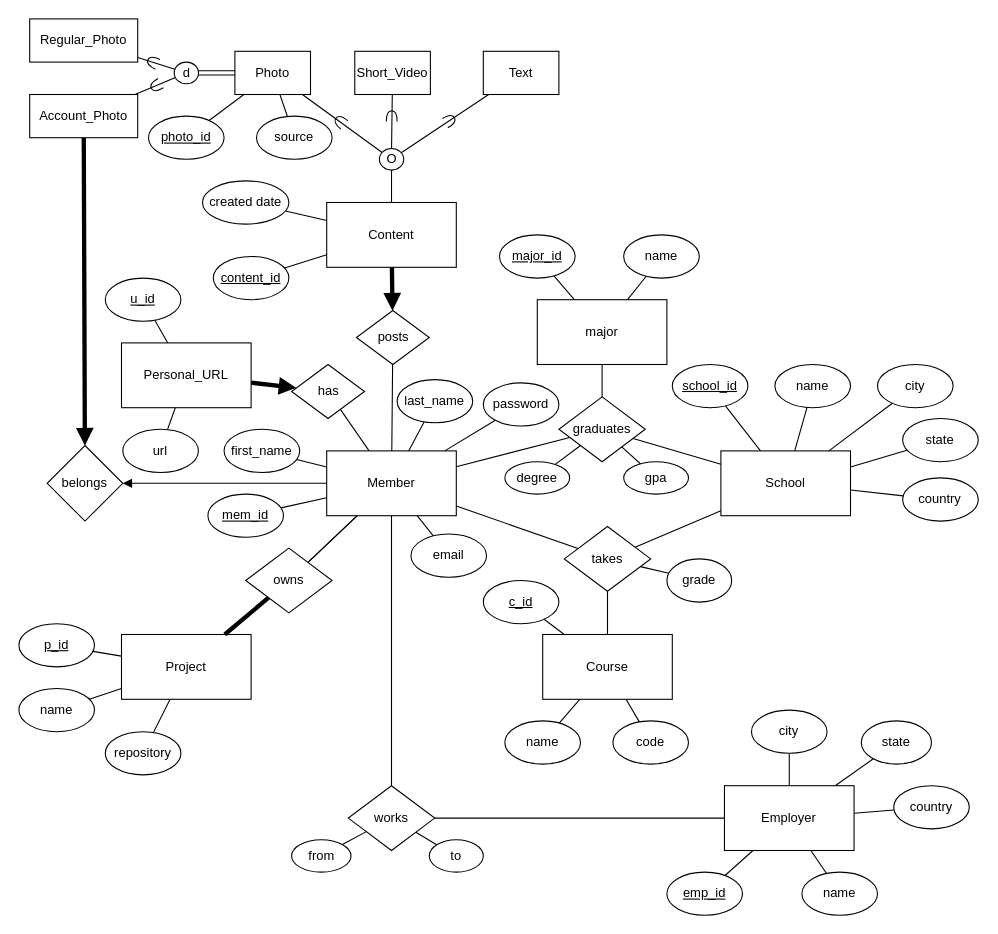
This is src/Documents/EER Diagram.drawio from Pikalot/our-page, a draw.io file, before an edit. Source tidied: cells renumbered, new cells numbered last; positions are measured from the earlier drawing's top-left corner, leaving out a move shared by most shapes. Both pictures are drawn from the tidied source at 108%, with x=0, y=0 at pixel (18, 18).
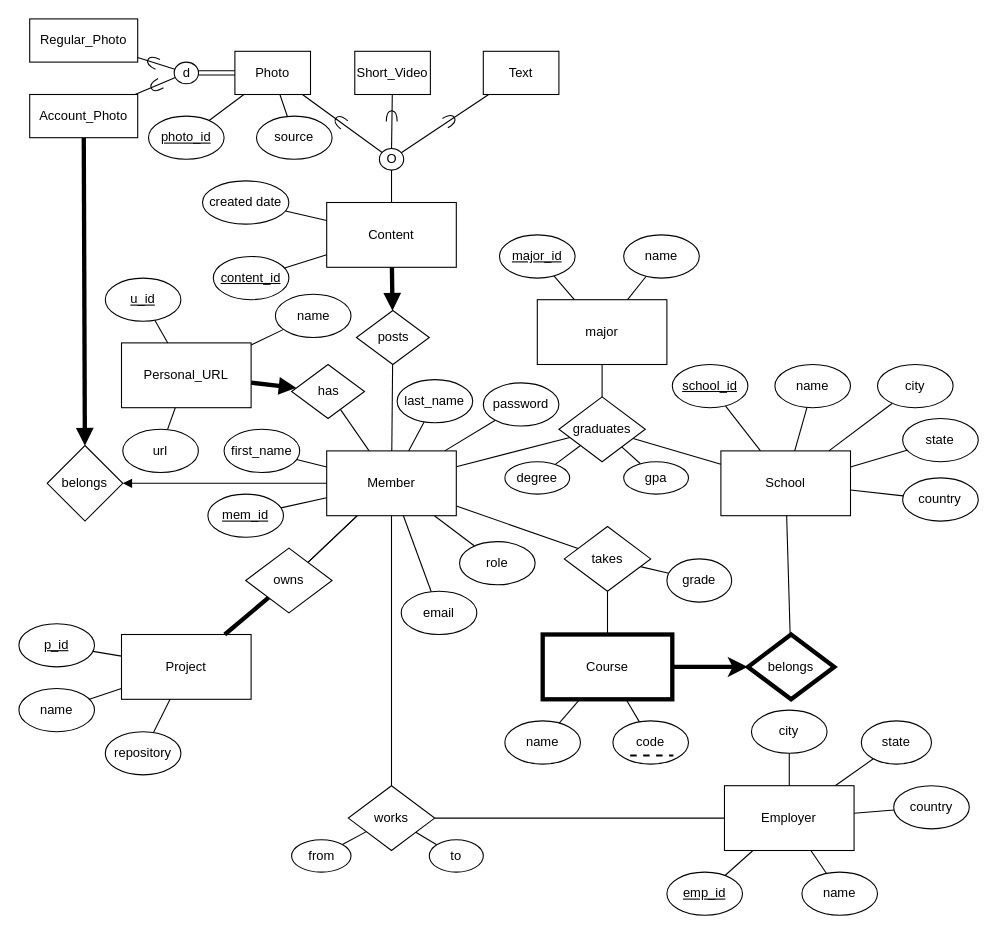
Above is the later version.

Commit message (it also covers changes not shown here):
populate database and refine schemas

Unchanged cells that the change refers to:
```xml
<mxCell id="9" value="Member" style="rounded=0;whiteSpace=wrap;html=1;" parent="1" vertex="1">
  <mxGeometry x="285" y="400" width="120" height="60" as="geometry" />
</mxCell>
<mxCell id="17" value="School" style="rounded=0;whiteSpace=wrap;html=1;" parent="1" vertex="1">
  <mxGeometry x="650" y="400" width="120" height="60" as="geometry" />
</mxCell>
<mxCell id="34" value="takes" style="rhombus;whiteSpace=wrap;html=1;" parent="1" vertex="1">
  <mxGeometry x="505" y="470" width="80" height="60" as="geometry" />
</mxCell>
<mxCell id="49" value="Personal_URL" style="rounded=0;whiteSpace=wrap;html=1;" parent="1" vertex="1">
  <mxGeometry x="95" y="300" width="120" height="60" as="geometry" />
</mxCell>
```

The edit, as a diff of the source:
```diff
@@
-<mxGraphModel background="#ffffff">
+<mxGraphModel>
@@
+    <mxCell id="121" style="edgeStyle=none;html=1;strokeWidth=1;endArrow=none;endFill=0;" parent="1" edge="1" source="9" target="125">
+      <mxGeometry relative="1" as="geometry" />
+    </mxCell>
@@
-    <mxCell id="16" style="edgeStyle=none;html=1;endArrow=none;endFill=0;" parent="1" edge="1" source="17" target="34">
+    <mxCell id="16" style="edgeStyle=none;html=1;endArrow=none;endFill=0;" parent="1" edge="1" source="17" target="123">
       <mxGeometry relative="1" as="geometry" />
     </mxCell>
@@
-    <mxCell id="25" style="edgeStyle=none;html=1;endArrow=none;endFill=0;" parent="1" edge="1" source="27" target="28">
-      <mxGeometry relative="1" as="geometry" />
-    </mxCell>
@@
+    <mxCell id="122" style="edgeStyle=none;html=1;strokeWidth=4;" parent="1" edge="1" source="27" target="123">
+      <mxGeometry relative="1" as="geometry" />
+    </mxCell>
-    <mxCell id="27" value="Course" style="rounded=0;whiteSpace=wrap;html=1;" parent="1" vertex="1">
+    <mxCell id="27" value="Course" style="rounded=0;whiteSpace=wrap;html=1;strokeWidth=4;" parent="1" vertex="1">
       <mxGeometry x="485" y="570" width="120" height="60" as="geometry" />
     </mxCell>
-    <mxCell id="28" value="&lt;u&gt;c_id&lt;/u&gt;" style="ellipse;whiteSpace=wrap;html=1;rounded=0;" parent="1" vertex="1">
-      <mxGeometry x="430" y="520" width="70" height="40" as="geometry" />
-    </mxCell>
@@
     <mxCell id="118" value="email" style="ellipse;whiteSpace=wrap;html=1;rounded=0;" parent="1" vertex="1">
-      <mxGeometry x="363" y="477" width="70" height="40" as="geometry" />
+      <mxGeometry x="354" y="530" width="70" height="40" as="geometry" />
     </mxCell>
@@
+    <mxCell id="123" value="belongs" style="rhombus;whiteSpace=wrap;html=1;strokeWidth=4;" parent="1" vertex="1">
+      <mxGeometry x="675" y="570" width="80" height="60" as="geometry" />
+    </mxCell>
+    <mxCell id="124" style="line;strokeWidth=2;html=1;dashed=1;" parent="1" vertex="1">
+      <mxGeometry x="566" y="677" width="40" height="10" as="geometry" />
+    </mxCell>
+    <mxCell id="125" value="role" style="ellipse;whiteSpace=wrap;html=1;rounded=0;" parent="1" vertex="1">
+      <mxGeometry x="408" y="484" width="70" height="40" as="geometry" />
+    </mxCell>
+    <mxCell id="126" style="edgeStyle=none;html=1;strokeWidth=1;endArrow=none;endFill=0;" parent="1" edge="1" source="127" target="49">
+      <mxGeometry relative="1" as="geometry" />
+    </mxCell>
+    <mxCell id="127" value="name" style="ellipse;whiteSpace=wrap;html=1;rounded=0;" parent="1" vertex="1">
+      <mxGeometry x="237.5" y="255" width="70" height="40" as="geometry" />
+    </mxCell>
```
